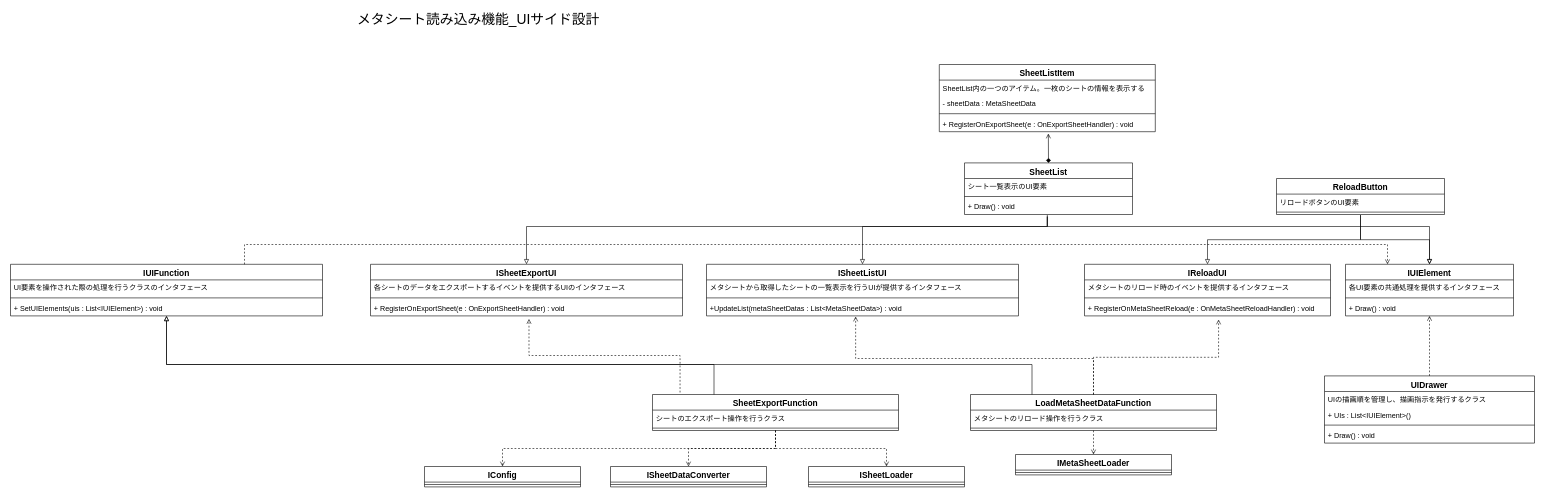
Above: Designs/UI機能設計.drawio in Dumble009/GoogleDriveDownloader (draw.io), before the change. Source tidied: cells renumbered, new cells numbered last; positions are measured from the earlier drawing's top-left corner, leaving out a move shared by most shapes. Both pictures are drawn from the tidied source at 60%, with x=0, y=0 at pixel (10, 10).
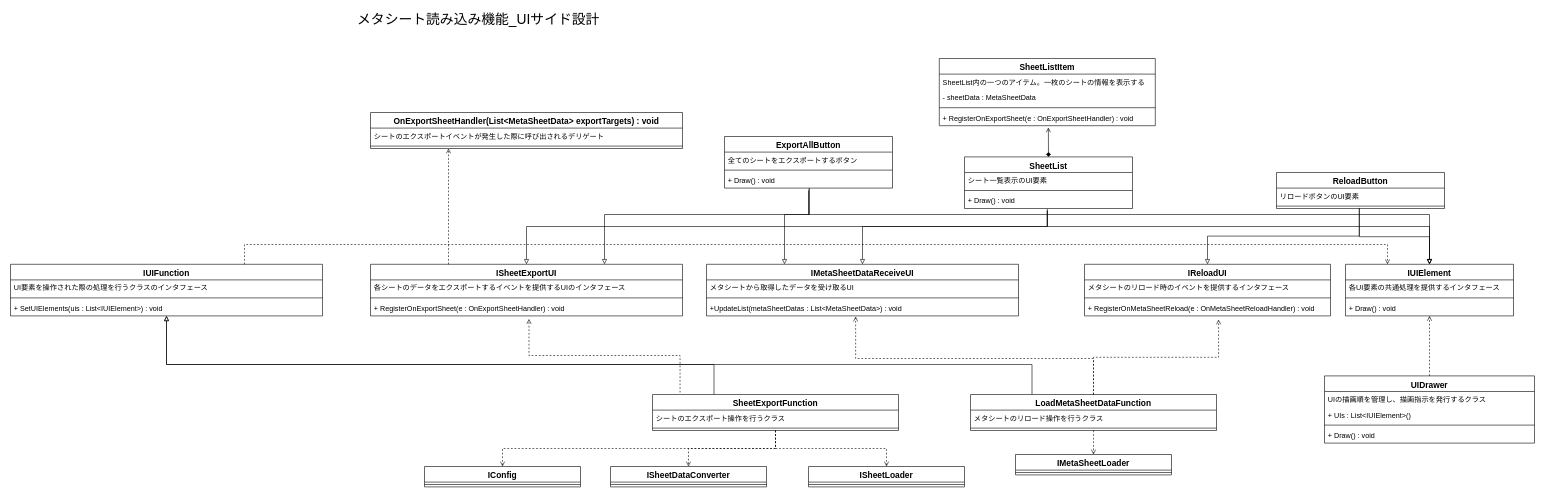
The same diagram, later.

The change refers to these unchanged cells:
```xml
<mxCell id="8" value="IUIElement" style="swimlane;fontStyle=1;align=center;verticalAlign=top;horizontal=1;startSize=26;fontSize=14;" parent="1" vertex="1">
  <mxGeometry x="2225" y="423" width="280" height="86" as="geometry" />
</mxCell>
<mxCell id="15" style="line;strokeWidth=1;fillColor=none;align=left;verticalAlign=middle;spacingTop=-1;spacingLeft=3;spacingRight=3;labelPosition=right;points=[];portConstraint=eastwest;" parent="13" vertex="1">
  <mxGeometry y="52" width="280" height="8" as="geometry" />
</mxCell>
<mxCell id="16" value="IReloadUI" style="swimlane;fontStyle=1;align=center;verticalAlign=top;horizontal=1;startSize=26;fontSize=14;" parent="1" vertex="1">
  <mxGeometry x="1790" y="423" width="410" height="86" as="geometry" />
</mxCell>
<mxCell id="63" value="ISheetExportUI" style="swimlane;fontStyle=1;align=center;verticalAlign=top;horizontal=1;startSize=26;fontSize=14;" parent="1" vertex="1">
  <mxGeometry x="600" y="423" width="520" height="86" as="geometry" />
</mxCell>
```

What changed in the source:
```diff
@@
     <mxCell id="13" value="ReloadButton" style="swimlane;fontStyle=1;align=center;verticalAlign=top;horizontal=1;startSize=26;fontSize=14;" parent="1" vertex="1">
-      <mxGeometry x="2110" y="280" width="280" height="60" as="geometry" />
+      <mxGeometry x="2110" y="270" width="280" height="60" as="geometry" />
     </mxCell>
@@
-    <mxCell id="20" style="endArrow=block;html=1;rounded=0;fontSize=23;endFill=0;exitX=0.5;exitY=1.192;exitDx=0;exitDy=0;exitPerimeter=0;entryX=0.5;entryY=0;entryDx=0;entryDy=0;edgeStyle=elbowEdgeStyle;elbow=vertical;" parent="1" edge="1" target="16">
-      <mxGeometry relative="1" as="geometry">
-        <mxPoint x="2250" y="341" as="sourcePoint" />
-      </mxGeometry>
+    <mxCell id="20" style="endArrow=block;html=1;rounded=0;fontSize=23;endFill=0;exitX=0.493;exitY=0.875;exitDx=0;exitDy=0;exitPerimeter=0;entryX=0.5;entryY=0;entryDx=0;entryDy=0;edgeStyle=elbowEdgeStyle;elbow=vertical;" parent="1" edge="1" source="15" target="16">
+      <mxGeometry relative="1" as="geometry" />
     </mxCell>
-    <mxCell id="21" style="endArrow=block;html=1;rounded=0;fontSize=23;endFill=0;exitX=0.5;exitY=1.192;exitDx=0;exitDy=0;exitPerimeter=0;entryX=0.5;entryY=0;entryDx=0;entryDy=0;edgeStyle=elbowEdgeStyle;elbow=vertical;" parent="1" edge="1" target="8">
-      <mxGeometry relative="1" as="geometry">
-        <mxPoint x="2250" y="341" as="sourcePoint" />
-      </mxGeometry>
+    <mxCell id="21" style="endArrow=block;html=1;rounded=0;fontSize=23;endFill=0;exitX=0.493;exitY=1;exitDx=0;exitDy=0;exitPerimeter=0;entryX=0.5;entryY=0;entryDx=0;entryDy=0;edgeStyle=elbowEdgeStyle;elbow=vertical;" parent="1" edge="1" source="15" target="8">
+      <mxGeometry relative="1" as="geometry" />
     </mxCell>
     <mxCell id="22" value="SheetList" style="swimlane;fontStyle=1;align=center;verticalAlign=top;horizontal=1;startSize=26;fontSize=14;" parent="1" vertex="1">
-      <mxGeometry x="1590" y="254" width="280" height="86" as="geometry" />
+      <mxGeometry x="1590" y="244" width="280" height="86" as="geometry" />
     </mxCell>
@@
-    <mxCell id="27" value="ISheetListUI" style="swimlane;fontStyle=1;align=center;verticalAlign=top;horizontal=1;startSize=26;fontSize=14;" parent="1" vertex="1">
+    <mxCell id="27" value="IMetaSheetDataReceiveUI" style="swimlane;fontStyle=1;align=center;verticalAlign=top;horizontal=1;startSize=26;fontSize=14;" parent="1" vertex="1">
       <mxGeometry x="1160" y="423" width="520" height="86" as="geometry" />
     </mxCell>
-    <mxCell id="28" value="メタシートから取得したシートの一覧表示を行うUIが提供するインタフェース" style="text;strokeColor=none;fillColor=none;align=left;verticalAlign=top;spacingLeft=4;spacingRight=4;overflow=hidden;" parent="27" vertex="1">
+    <mxCell id="28" value="メタシートから取得したデータを受け取るUI" style="text;strokeColor=none;fillColor=none;align=left;verticalAlign=top;spacingLeft=4;spacingRight=4;overflow=hidden;" parent="27" vertex="1">
       <mxGeometry y="26" width="520" height="26" as="geometry" />
     </mxCell>
@@
     <mxCell id="56" value="SheetListItem" style="swimlane;fontStyle=1;align=center;verticalAlign=top;horizontal=1;startSize=26;fontSize=14;" parent="1" vertex="1">
-      <mxGeometry x="1548" y="90" width="360" height="112" as="geometry" />
+      <mxGeometry x="1548" y="80" width="360" height="112" as="geometry" />
     </mxCell>
@@
+    <mxCell id="71" value="OnExportSheetHandler(List&lt;MetaSheetData&gt; exportTargets) : void" style="swimlane;fontStyle=1;align=center;verticalAlign=top;horizontal=1;startSize=26;fontSize=14;" parent="1" vertex="1">
+      <mxGeometry x="600" y="170" width="520" height="60" as="geometry" />
+    </mxCell>
+    <mxCell id="72" value="シートのエクスポートイベントが発生した際に呼び出されるデリゲート" style="text;strokeColor=none;fillColor=none;align=left;verticalAlign=top;spacingLeft=4;spacingRight=4;overflow=hidden;" parent="71" vertex="1">
+      <mxGeometry y="26" width="520" height="26" as="geometry" />
+    </mxCell>
+    <mxCell id="73" style="line;strokeWidth=1;fillColor=none;align=left;verticalAlign=middle;spacingTop=-1;spacingLeft=3;spacingRight=3;labelPosition=right;" parent="71" vertex="1">
+      <mxGeometry y="52" width="520" height="8" as="geometry" />
+    </mxCell>
+    <mxCell id="74" style="endArrow=open;html=1;rounded=0;exitX=0.25;exitY=0;exitDx=0;exitDy=0;entryX=0.25;entryY=1;entryDx=0;entryDy=0;dashed=1;endFill=0;" parent="1" edge="1" source="63" target="71">
+      <mxGeometry relative="1" as="geometry" />
+    </mxCell>
+    <mxCell id="75" value="ExportAllButton" style="swimlane;fontStyle=1;align=center;verticalAlign=top;horizontal=1;startSize=26;fontSize=14;" parent="1" vertex="1">
+      <mxGeometry x="1190" y="210" width="280" height="86" as="geometry" />
+    </mxCell>
+    <mxCell id="76" value="全てのシートをエクスポートするボタン" style="text;strokeColor=none;fillColor=none;align=left;verticalAlign=top;spacingLeft=4;spacingRight=4;overflow=hidden;" parent="75" vertex="1">
+      <mxGeometry y="26" width="280" height="26" as="geometry" />
+    </mxCell>
+    <mxCell id="77" style="line;strokeWidth=1;fillColor=none;align=left;verticalAlign=middle;spacingTop=-1;spacingLeft=3;spacingRight=3;labelPosition=right;" parent="75" vertex="1">
+      <mxGeometry y="52" width="280" height="8" as="geometry" />
+    </mxCell>
+    <mxCell id="78" value="+ Draw() : void" style="text;strokeColor=none;fillColor=none;align=left;verticalAlign=top;spacingLeft=4;spacingRight=4;overflow=hidden;points=[[0,0.5],[1,0.5]];portConstraint=eastwest;" parent="75" vertex="1">
+      <mxGeometry y="60" width="280" height="26" as="geometry" />
+    </mxCell>
+    <mxCell id="79" style="endArrow=block;html=1;rounded=0;fontSize=23;endFill=0;exitX=0.504;exitY=1.038;exitDx=0;exitDy=0;exitPerimeter=0;edgeStyle=elbowEdgeStyle;elbow=vertical;entryX=0.25;entryY=0;entryDx=0;entryDy=0;" parent="1" edge="1" source="78" target="27">
+      <mxGeometry relative="1" as="geometry">
+        <Array as="points">
+          <mxPoint x="1380" y="340" />
+        </Array>
+      </mxGeometry>
+    </mxCell>
+    <mxCell id="80" style="endArrow=block;html=1;rounded=0;fontSize=23;endFill=0;exitX=0.504;exitY=1;exitDx=0;exitDy=0;exitPerimeter=0;edgeStyle=elbowEdgeStyle;elbow=vertical;entryX=0.75;entryY=0;entryDx=0;entryDy=0;" parent="1" edge="1" source="78" target="63">
+      <mxGeometry relative="1" as="geometry">
+        <Array as="points">
+          <mxPoint x="1160" y="340" />
+        </Array>
+      </mxGeometry>
+    </mxCell>
+    <mxCell id="81" style="endArrow=block;html=1;rounded=0;fontSize=23;endFill=0;edgeStyle=elbowEdgeStyle;elbow=vertical;entryX=0.5;entryY=0;entryDx=0;entryDy=0;" parent="1" edge="1" target="8">
+      <mxGeometry relative="1" as="geometry">
+        <mxPoint x="1330" y="300" as="sourcePoint" />
+        <Array as="points">
+          <mxPoint x="1430" y="340" />
+        </Array>
+      </mxGeometry>
+    </mxCell>
```
